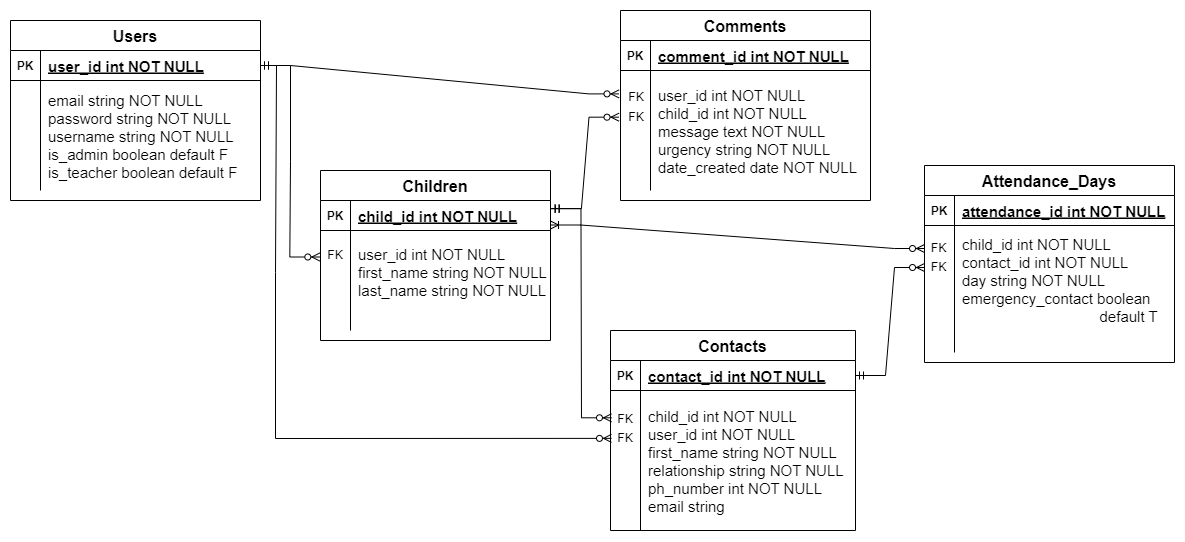
This is docs/API-ERD-V1.0.png from tthecoder15/T2A2-API-Webserver, a draw.io export, as it was before one commit. Source tidied: cells renumbered, new cells last; positions are measured from the earlier drawing's top-left corner, leaving out a move shared by most shapes.
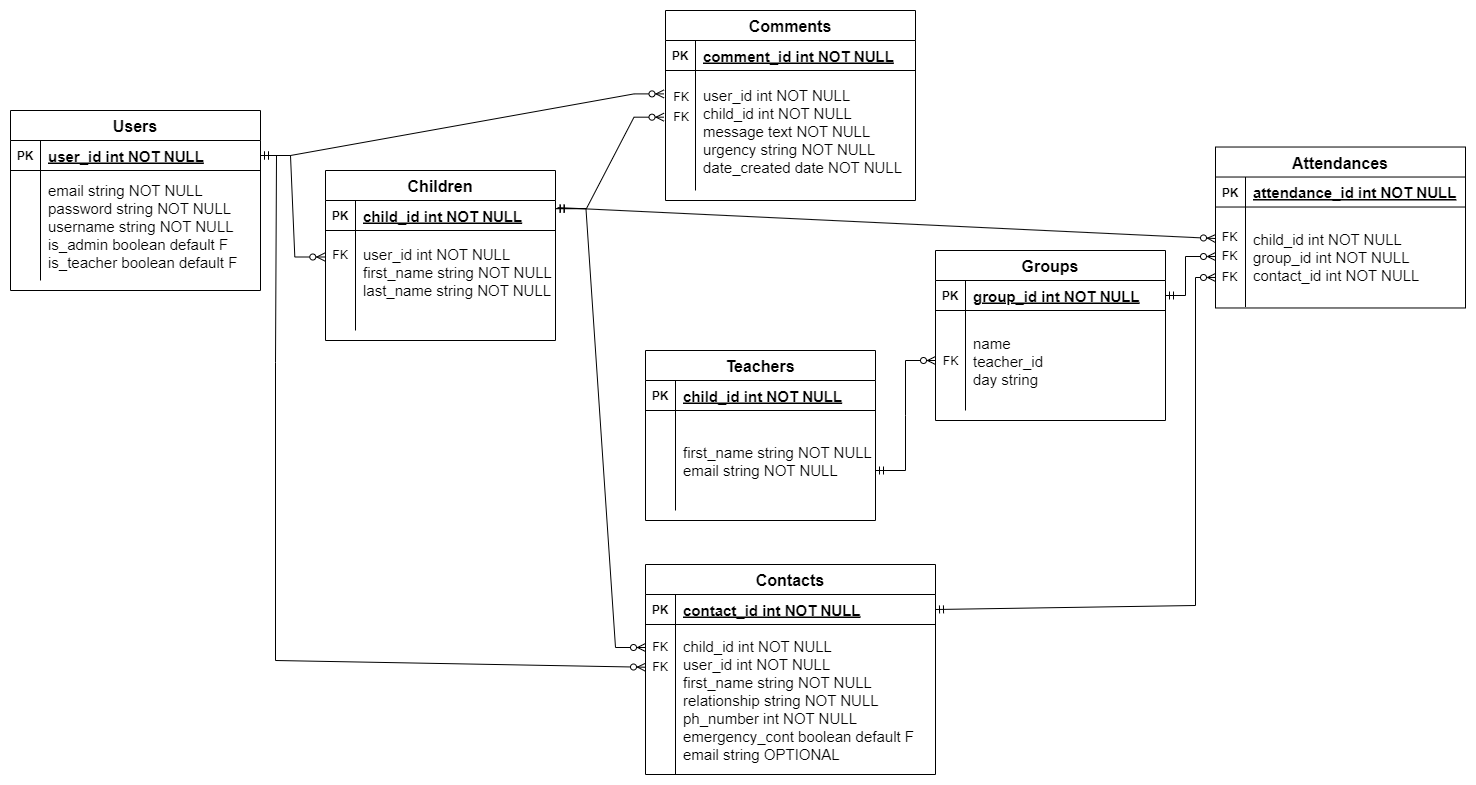
Later version of the same file.

Commit message:
updated ERD diagram to include teachers and groups

Diff of the diagram source:
```diff
@@ -36,31 +36,16 @@
     <mxCell id="11" style="edgeStyle=entityRelationEdgeStyle;fontSize=12;html=1;endArrow=ERzeroToMany;startArrow=ERmandOne;rounded=0;exitX=1.004;exitY=0.271;exitDx=0;exitDy=0;entryX=-0.006;entryY=0.389;entryDx=0;entryDy=0;entryPerimeter=0;exitPerimeter=0;" parent="1" edge="1" source="18" target="40">
       <mxGeometry relative="1" as="geometry" />
     </mxCell>
-    <mxCell id="12" style="endArrow=ERzeroToMany;html=1;rounded=0;exitX=1;exitY=0.5;exitDx=0;exitDy=0;entryX=0.004;entryY=0.342;entryDx=0;entryDy=0;entryPerimeter=0;endFill=0;" parent="1" edge="1" source="3" target="30">
+    <mxCell id="12" style="endArrow=ERzeroToMany;html=1;rounded=0;exitX=1;exitY=0.5;exitDx=0;exitDy=0;endFill=0;" parent="1" edge="1" source="3" target="34">
       <mxGeometry relative="1" as="geometry">
         <Array as="points">
           <mxPoint x="266" y="55" />
           <mxPoint x="265" y="262" />
-          <mxPoint x="265" y="428" />
+          <mxPoint x="265" y="560" />
         </Array>
       </mxGeometry>
     </mxCell>
-    <mxCell id="13" style="edgeStyle=entityRelationEdgeStyle;fontSize=12;html=1;endArrow=ERzeroToMany;startArrow=ERoneToMany;rounded=0;exitX=1;exitY=-0.055;exitDx=0;exitDy=0;entryX=0;entryY=0.5;entryDx=0;entryDy=0;startFill=0;exitPerimeter=0;" parent="1" edge="1" source="21" target="53">
-      <mxGeometry relative="1" as="geometry">
-        <Array as="points">
-          <mxPoint x="605" y="325" />
-        </Array>
-      </mxGeometry>
-    </mxCell>
-    <mxCell id="14" style="edgeStyle=entityRelationEdgeStyle;fontSize=12;html=1;endArrow=ERzeroToMany;startArrow=ERmandOne;rounded=0;exitX=1;exitY=0.5;exitDx=0;exitDy=0;entryX=0;entryY=0.5;entryDx=0;entryDy=0;" parent="1" edge="1" source="27" target="54">
-      <mxGeometry relative="1" as="geometry">
-        <Array as="points">
-          <mxPoint x="760" y="600" />
-          <mxPoint x="885" y="198" />
-        </Array>
-      </mxGeometry>
-    </mxCell>
-    <mxCell id="15" style="edgeStyle=entityRelationEdgeStyle;fontSize=12;html=1;endArrow=ERzeroToMany;startArrow=ERmandOne;rounded=0;entryX=0.004;entryY=0.195;entryDx=0;entryDy=0;entryPerimeter=0;exitX=1.002;exitY=0.271;exitDx=0;exitDy=0;exitPerimeter=0;" parent="1" edge="1" source="18" target="30">
+    <mxCell id="15" style="edgeStyle=entityRelationEdgeStyle;fontSize=12;html=1;endArrow=ERzeroToMany;startArrow=ERmandOne;rounded=0;entryX=0;entryY=0.5;entryDx=0;entryDy=0;exitX=1.002;exitY=0.271;exitDx=0;exitDy=0;exitPerimeter=0;" parent="1" edge="1" source="18" target="33">
       <mxGeometry relative="1" as="geometry">
         <Array as="points">
           <mxPoint x="565" y="270" />
@@ -69,7 +54,7 @@
       </mxGeometry>
     </mxCell>
     <mxCell id="16" style="group;" parent="1" vertex="1">
-      <mxGeometry x="310" y="160" width="230" height="170" as="geometry" />
+      <mxGeometry x="315" y="70" width="230" height="170" as="geometry" />
     </mxCell>
     <mxCell id="17" value="Children" style="shape=table;startSize=30;rowLines=0;fontStyle=1;align=center;fontSize=16;" parent="16" vertex="1">
       <mxGeometry width="230" height="170" as="geometry" />
@@ -96,37 +81,37 @@
       <mxGeometry y="70" width="30" height="30" as="geometry" />
     </mxCell>
     <mxCell id="25" style="group;" parent="1" vertex="1">
-      <mxGeometry x="600" y="320" width="245" height="200" as="geometry" />
+      <mxGeometry x="635" y="464" width="290" height="200" as="geometry" />
     </mxCell>
     <mxCell id="26" value="Contacts" style="shape=table;startSize=30;rowLines=0;fontStyle=1;align=center;fontSize=16;" parent="25" vertex="1">
-      <mxGeometry width="245" height="200" as="geometry" />
+      <mxGeometry width="290" height="210" as="geometry" />
     </mxCell>
     <mxCell id="27" style="shape=partialRectangle;fillColor=none;points=[[0,0.5],[1,0.5]];portConstraint=eastwest;top=0;left=0;right=0;bottom=1;" parent="26" vertex="1">
-      <mxGeometry y="30" width="245" height="30" as="geometry" />
+      <mxGeometry y="30" width="290" height="30" as="geometry" />
     </mxCell>
     <mxCell id="28" value="PK" style="shape=partialRectangle;overflow=hidden;fillColor=none;top=0;left=0;bottom=0;right=0;fontStyle=1;" parent="27" vertex="1">
       <mxGeometry width="30" height="30" as="geometry" />
     </mxCell>
     <mxCell id="29" value="contact_id int NOT NULL " style="shape=partialRectangle;overflow=hidden;fillColor=none;top=0;left=0;bottom=0;right=0;align=left;spacingLeft=6;fontStyle=5;fontSize=15;" parent="27" vertex="1">
-      <mxGeometry x="30" width="215" height="30" as="geometry" />
+      <mxGeometry x="30" width="260" height="30" as="geometry" />
     </mxCell>
     <mxCell id="30" style="shape=partialRectangle;fillColor=none;points=[[0,0.5],[1,0.5]];portConstraint=eastwest;top=0;left=0;right=0;bottom=0;" parent="26" vertex="1">
-      <mxGeometry y="60" width="245" height="140" as="geometry" />
+      <mxGeometry y="60" width="290" height="150" as="geometry" />
     </mxCell>
     <mxCell id="31" style="shape=partialRectangle;overflow=hidden;fillColor=none;top=0;left=0;bottom=0;right=0;" parent="30" vertex="1">
-      <mxGeometry width="30" height="140" as="geometry" />
+      <mxGeometry width="30" height="150" as="geometry" />
     </mxCell>
-    <mxCell id="32" value="child_id int NOT NULL&#10;user_id int NOT NULL&#10;first_name string NOT NULL&#10;relationship string NOT NULL&#10;ph_number int NOT NULL&#10;email string" style="shape=partialRectangle;overflow=hidden;fillColor=none;top=0;left=0;bottom=0;right=0;align=left;spacingLeft=6;fontSize=15;" parent="30" vertex="1">
-      <mxGeometry x="30" width="215" height="140" as="geometry" />
+    <mxCell id="32" value="child_id int NOT NULL&#10;user_id int NOT NULL&#10;first_name string NOT NULL&#10;relationship string NOT NULL&#10;ph_number int NOT NULL&#10;emergency_cont boolean default F&#10;email string OPTIONAL" style="shape=partialRectangle;overflow=hidden;fillColor=none;top=0;left=0;bottom=0;right=0;align=left;spacingLeft=6;fontSize=15;" parent="30" vertex="1">
+      <mxGeometry x="30" width="260" height="150" as="geometry" />
     </mxCell>
     <mxCell id="33" value="FK" style="text;html=1;align=center;verticalAlign=middle;whiteSpace=wrap;rounded=0;" parent="25" vertex="1">
-      <mxGeometry y="74" width="30" height="30" as="geometry" />
+      <mxGeometry y="68" width="30" height="30" as="geometry" />
     </mxCell>
     <mxCell id="34" value="FK" style="text;html=1;align=center;verticalAlign=middle;whiteSpace=wrap;rounded=0;" parent="25" vertex="1">
-      <mxGeometry y="93" width="30" height="30" as="geometry" />
+      <mxGeometry y="86.5" width="30" height="33" as="geometry" />
     </mxCell>
     <mxCell id="35" style="group;" parent="1" vertex="1">
-      <mxGeometry x="610" width="250" height="190" as="geometry" />
+      <mxGeometry x="655" y="-90" width="250" height="190" as="geometry" />
     </mxCell>
     <mxCell id="36" value="Comments" style="shape=table;startSize=30;rowLines=0;fontStyle=1;align=center;fontSize=16;" parent="35" vertex="1">
       <mxGeometry width="250" height="190" as="geometry" />
@@ -156,10 +141,10 @@
       <mxGeometry x="1" y="72" width="30" height="30" as="geometry" />
     </mxCell>
     <mxCell id="45" style="group;" parent="1" vertex="1">
-      <mxGeometry x="914" y="164" width="250" height="197" as="geometry" />
+      <mxGeometry x="1205" y="60" width="250" height="177" as="geometry" />
     </mxCell>
-    <mxCell id="46" value="Attendance_Days" style="shape=table;startSize=30;rowLines=0;fontStyle=1;align=center;fontSize=16;" parent="45" vertex="1">
-      <mxGeometry y="-9" width="250" height="197" as="geometry" />
+    <mxCell id="46" value="Attendances" style="shape=table;startSize=30;rowLines=0;fontStyle=1;align=center;fontSize=16;" parent="45" vertex="1">
+      <mxGeometry y="-13.5" width="250" height="161" as="geometry" />
     </mxCell>
     <mxCell id="47" style="shape=partialRectangle;fillColor=none;top=0;left=0;right=0;bottom=1;" parent="46" vertex="1">
       <mxGeometry y="30" width="250" height="30" as="geometry" />
@@ -171,19 +156,94 @@
       <mxGeometry x="30" width="220" height="30" as="geometry" />
     </mxCell>
     <mxCell id="50" style="shape=partialRectangle;fillColor=none;top=0;left=0;right=0;bottom=0;" parent="46" vertex="1">
-      <mxGeometry y="60" width="250" height="127" as="geometry" />
+      <mxGeometry y="60" width="250" height="100" as="geometry" />
     </mxCell>
     <mxCell id="51" style="shape=partialRectangle;overflow=hidden;fillColor=none;top=0;left=0;bottom=0;right=0;" parent="50" vertex="1">
-      <mxGeometry width="30" height="127" as="geometry" />
+      <mxGeometry width="30" height="100" as="geometry" />
     </mxCell>
-    <mxCell id="52" value="child_id int NOT NULL&#10;contact_id int NOT NULL&#10;day string NOT NULL&#10;emergency_contact boolean &#10;                                 default T                &#10;" style="shape=partialRectangle;overflow=hidden;fillColor=none;top=0;left=0;bottom=0;right=0;align=left;spacingLeft=6;fontSize=15;" parent="50" vertex="1">
-      <mxGeometry x="30" width="220" height="127" as="geometry" />
+    <mxCell id="52" value="child_id int NOT NULL&#10;group_id int NOT NULL&#10;contact_id int NOT NULL" style="shape=partialRectangle;overflow=hidden;fillColor=none;top=0;left=0;bottom=0;right=0;align=left;spacingLeft=6;fontSize=15;" parent="50" vertex="1">
+      <mxGeometry x="30" width="220" height="100" as="geometry" />
     </mxCell>
     <mxCell id="53" value="FK" style="text;html=1;align=center;verticalAlign=middle;whiteSpace=wrap;rounded=0;" parent="45" vertex="1">
-      <mxGeometry y="59" width="28.8" height="30" as="geometry" />
+      <mxGeometry y="63.5" width="28.8" height="27" as="geometry" />
     </mxCell>
     <mxCell id="54" value="FK" style="text;html=1;align=center;verticalAlign=middle;whiteSpace=wrap;rounded=0;" parent="45" vertex="1">
-      <mxGeometry y="78" width="28.8" height="30" as="geometry" />
+      <mxGeometry y="82.5" width="28.8" height="27" as="geometry" />
     </mxCell>
+    <mxCell id="55" value="FK" style="text;html=1;align=center;verticalAlign=middle;whiteSpace=wrap;rounded=0;" parent="45" vertex="1">
+      <mxGeometry y="103.5" width="28.8" height="27" as="geometry" />
+    </mxCell>
+    <mxCell id="56" value="Teachers" style="shape=table;startSize=30;rowLines=0;fontStyle=1;align=center;fontSize=16;" parent="1" vertex="1">
+      <mxGeometry x="635" y="250" width="230" height="170" as="geometry" />
+    </mxCell>
+    <mxCell id="57" style="shape=partialRectangle;fillColor=none;top=0;left=0;right=0;bottom=1;" parent="56" vertex="1">
+      <mxGeometry y="30" width="230" height="30" as="geometry" />
+    </mxCell>
+    <mxCell id="58" value="PK" style="shape=partialRectangle;overflow=hidden;fillColor=none;top=0;left=0;bottom=0;right=0;fontStyle=1;" parent="57" vertex="1">
+      <mxGeometry width="30" height="30" as="geometry" />
+    </mxCell>
+    <mxCell id="59" value="child_id int NOT NULL " style="shape=partialRectangle;overflow=hidden;fillColor=none;top=0;left=0;bottom=0;right=0;align=left;spacingLeft=6;fontStyle=5;fontSize=15;" parent="57" vertex="1">
+      <mxGeometry x="30" width="200" height="30" as="geometry" />
+    </mxCell>
+    <mxCell id="60" style="shape=partialRectangle;fillColor=none;points=[[0,0.5],[1,0.5]];portConstraint=eastwest;top=0;left=0;right=0;bottom=0;" parent="56" vertex="1">
+      <mxGeometry y="60" width="230" height="100" as="geometry" />
+    </mxCell>
+    <mxCell id="61" style="shape=partialRectangle;overflow=hidden;fillColor=none;top=0;left=0;bottom=0;right=0;" parent="60" vertex="1">
+      <mxGeometry width="30" height="100" as="geometry" />
+    </mxCell>
+    <mxCell id="62" value="first_name string NOT NULL&#10;email string NOT NULL" style="shape=partialRectangle;overflow=hidden;fillColor=none;top=0;left=0;bottom=0;right=0;align=left;spacingLeft=6;fontSize=15;" parent="60" vertex="1">
+      <mxGeometry x="30" width="200" height="100" as="geometry" />
+    </mxCell>
+    <mxCell id="63" value="Groups" style="shape=table;startSize=30;rowLines=0;fontStyle=1;align=center;fontSize=16;" parent="1" vertex="1">
+      <mxGeometry x="925" y="150" width="230" height="170" as="geometry" />
+    </mxCell>
+    <mxCell id="64" style="shape=partialRectangle;fillColor=none;points=[[0,0.5],[1,0.5]];portConstraint=eastwest;top=0;left=0;right=0;bottom=1;" parent="63" vertex="1">
+      <mxGeometry y="30" width="230" height="30" as="geometry" />
+    </mxCell>
+    <mxCell id="65" value="PK" style="shape=partialRectangle;overflow=hidden;fillColor=none;top=0;left=0;bottom=0;right=0;fontStyle=1;" parent="64" vertex="1">
+      <mxGeometry width="30" height="30" as="geometry" />
+    </mxCell>
+    <mxCell id="66" value="group_id int NOT NULL " style="shape=partialRectangle;overflow=hidden;fillColor=none;top=0;left=0;bottom=0;right=0;align=left;spacingLeft=6;fontStyle=5;fontSize=15;" parent="64" vertex="1">
+      <mxGeometry x="30" width="200" height="30" as="geometry" />
+    </mxCell>
+    <mxCell id="67" style="shape=partialRectangle;fillColor=none;points=[[0,0.5],[1,0.5]];portConstraint=eastwest;top=0;left=0;right=0;bottom=0;" parent="63" vertex="1">
+      <mxGeometry y="60" width="230" height="100" as="geometry" />
+    </mxCell>
+    <mxCell id="68" style="shape=partialRectangle;overflow=hidden;fillColor=none;top=0;left=0;bottom=0;right=0;" parent="67" vertex="1">
+      <mxGeometry width="30" height="100" as="geometry" />
+    </mxCell>
+    <mxCell id="69" value="name&#10;teacher_id&#10;day string" style="shape=partialRectangle;overflow=hidden;fillColor=none;top=0;left=0;bottom=0;right=0;align=left;spacingLeft=6;fontSize=15;" parent="67" vertex="1">
+      <mxGeometry x="30" width="200" height="100" as="geometry" />
+    </mxCell>
+    <mxCell id="70" style="edgeStyle=entityRelationEdgeStyle;fontSize=12;html=1;endArrow=ERzeroToMany;startArrow=ERmandOne;rounded=0;exitX=1;exitY=0.6;exitDx=0;exitDy=0;entryX=0;entryY=0.5;entryDx=0;entryDy=0;exitPerimeter=0;" parent="1" edge="1" source="60" target="67">
+      <mxGeometry relative="1" as="geometry">
+        <Array as="points">
+          <mxPoint x="425" y="881.5" />
+          <mxPoint x="550" y="479.5" />
+        </Array>
+      </mxGeometry>
+    </mxCell>
+    <mxCell id="71" style="endArrow=ERzeroToMany;html=1;rounded=0;exitX=1.009;exitY=0.235;exitDx=0;exitDy=0;exitPerimeter=0;entryX=0;entryY=0.539;entryDx=0;entryDy=0;entryPerimeter=0;endFill=0;" parent="1" edge="1" source="18" target="53">
+      <mxGeometry relative="1" as="geometry" />
+    </mxCell>
+    <mxCell id="72" style="endArrow=ERzeroToMany;html=1;rounded=0;exitX=1;exitY=0.5;exitDx=0;exitDy=0;entryX=0;entryY=0.5;entryDx=0;entryDy=0;endFill=0;startArrow=ERmandOne;startFill=0;" parent="1" edge="1" source="27" target="55">
+      <mxGeometry relative="1" as="geometry">
+        <Array as="points">
+          <mxPoint x="1185" y="505" />
+          <mxPoint x="1185" y="177" />
+        </Array>
+      </mxGeometry>
+    </mxCell>
+    <mxCell id="73" style="endArrow=ERzeroToMany;html=1;rounded=0;exitX=1;exitY=0.5;exitDx=0;exitDy=0;entryX=0;entryY=0.5;entryDx=0;entryDy=0;startArrow=ERmandOne;startFill=0;endFill=0;" parent="1" edge="1" source="64" target="54">
+      <mxGeometry relative="1" as="geometry">
+        <Array as="points">
+          <mxPoint x="1175" y="195" />
+          <mxPoint x="1175" y="156" />
+        </Array>
+      </mxGeometry>
+    </mxCell>
+    <mxCell id="74" value="FK" style="text;html=1;align=center;verticalAlign=middle;whiteSpace=wrap;rounded=0;" parent="1" vertex="1">
+      <mxGeometry x="926" y="248" width="28.8" height="27" as="geometry" />
+    </mxCell>
   </root>
 </mxGraphModel>
```
